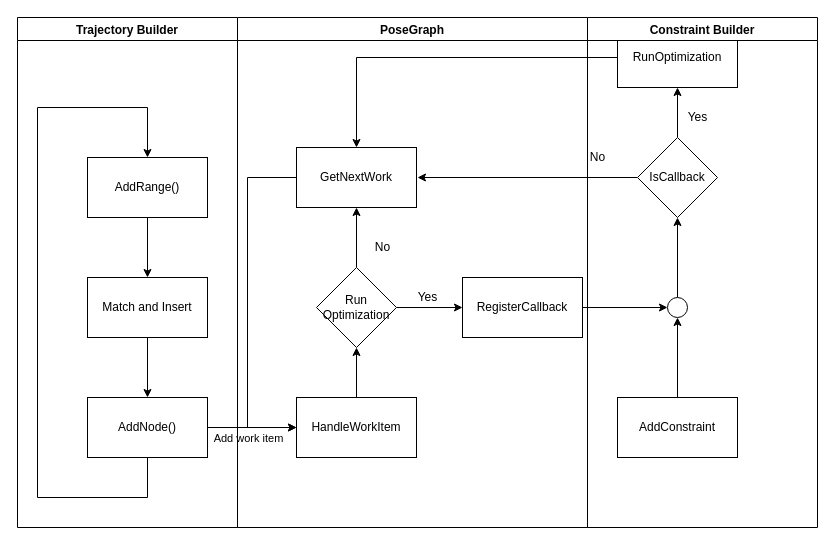
This is Untitled Diagram.drawio from yanzongt/yanzongt.github.io, a draw.io file, before an edit. Source tidied: cells renumbered, new cells numbered last; positions are measured from the earlier drawing's top-left corner, leaving out a move shared by most shapes. Both pictures are drawn from the tidied source at 100%, with x=0, y=0 at pixel (17, 17).
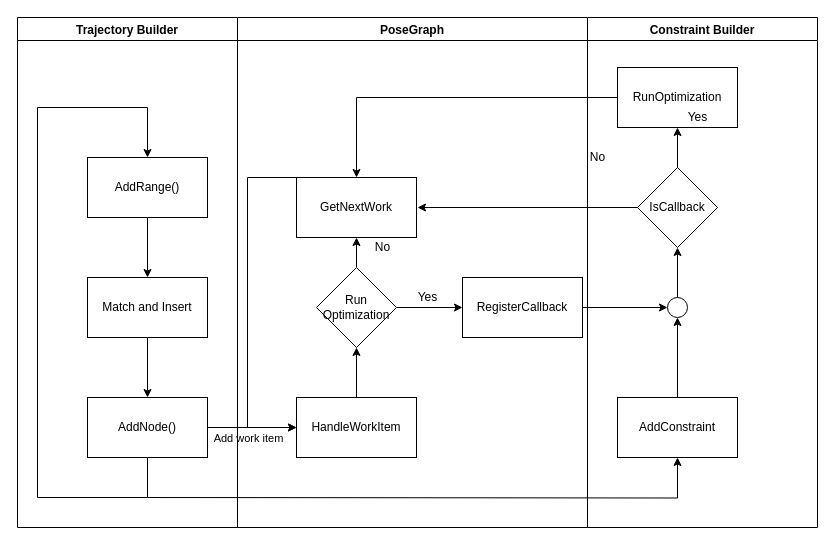
After the change.

Unchanged cells that the change refers to:
```xml
<mxCell id="19" value="AddConstraint" style="rounded=0;whiteSpace=wrap;html=1;" parent="1" vertex="1">
  <mxGeometry x="600" y="380" width="120" height="60" as="geometry" />
</mxCell>
<mxCell id="33" value="PoseGraph" style="swimlane;" parent="1" vertex="1">
  <mxGeometry x="220" width="350" height="510" as="geometry" />
</mxCell>
<mxCell id="34" value="Constraint Builder" style="swimlane;" parent="1" vertex="1">
  <mxGeometry x="570" width="230" height="510" as="geometry" />
</mxCell>
```

What changed in the source:
```diff
@@
+    <mxCell id="35" style="edgeStyle=orthogonalEdgeStyle;rounded=0;jettySize=auto;html=1;entryX=0.5;entryY=1;entryDx=0;entryDy=0;" parent="1" edge="1" target="19">
+      <mxGeometry relative="1" as="geometry">
+        <mxPoint x="130" y="480" as="sourcePoint" />
+      </mxGeometry>
+    </mxCell>
@@
-    <mxCell id="17" value="GetNextWork" style="whiteSpace=wrap;html=1;" parent="1" vertex="1">
-      <mxGeometry x="279" y="130" width="120" height="60" as="geometry" />
-    </mxCell>
@@
     <mxCell id="21" style="edgeStyle=orthogonalEdgeStyle;rounded=0;jettySize=auto;html=1;" parent="1" edge="1" source="22">
       <mxGeometry relative="1" as="geometry">
-        <mxPoint x="400" y="160" as="targetPoint" />
+        <mxPoint x="400" y="190" as="targetPoint" />
       </mxGeometry>
     </mxCell>
-    <mxCell id="22" value="IsCallback" style="rhombus;whiteSpace=wrap;html=1;rounded=0;" parent="1" vertex="1">
-      <mxGeometry x="620" y="120" width="80" height="80" as="geometry" />
-    </mxCell>
@@
     <mxCell id="24" value="RunOptimization" style="whiteSpace=wrap;html=1;rounded=0;" parent="1" vertex="1">
-      <mxGeometry x="600" y="10" width="120" height="60" as="geometry" />
+      <mxGeometry x="600" y="50" width="120" height="60" as="geometry" />
     </mxCell>
@@
+    <mxCell id="17" value="GetNextWork" style="whiteSpace=wrap;html=1;" parent="33" vertex="1">
+      <mxGeometry x="59" y="160" width="120" height="60" as="geometry" />
+    </mxCell>
@@
+    <mxCell id="22" value="IsCallback" style="rhombus;whiteSpace=wrap;html=1;rounded=0;" parent="34" vertex="1">
+      <mxGeometry x="50" y="150" width="80" height="80" as="geometry" />
+    </mxCell>
```
